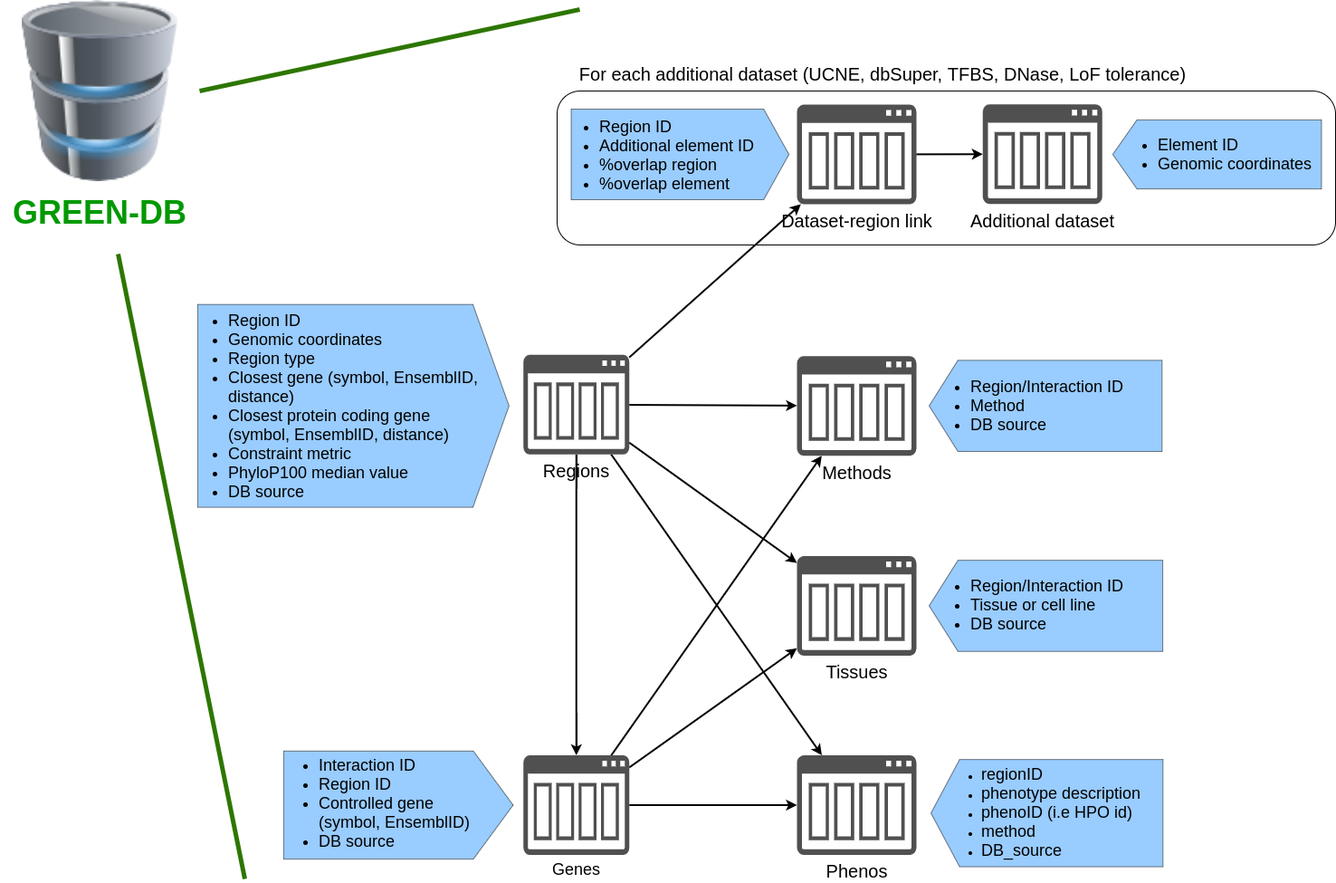
Above: docs/_build/html/_images/GREEN-DB_diagram.png in edg1983/GREEN-VARAN (draw.io), before the change. Source tidied: cells renumbered, new cells last; positions are measured from the earlier drawing's top-left corner, leaving out a move shared by most shapes. Source of this version:
```xml
<mxGraphModel>
  <root>
    <mxCell id="0" />
    <mxCell id="1" parent="0" />
    <mxCell id="2" style="image;html=1;image=img/lib/clip_art/computers/Database_128x128.png;" parent="1" vertex="1">
      <mxGeometry x="5" width="210" height="200" as="geometry" />
    </mxCell>
    <mxCell id="3" value="&lt;font style=&quot;font-size: 36px&quot; color=&quot;#009900&quot;&gt;&lt;b&gt;GREEN-DB&lt;/b&gt;&lt;/font&gt;" style="text;html=1;strokeColor=none;fillColor=none;align=center;verticalAlign=middle;whiteSpace=wrap;rounded=0;" parent="1" vertex="1">
      <mxGeometry y="217.5" width="220" height="32.8" as="geometry" />
    </mxCell>
    <mxCell id="4" style="edgeStyle=orthogonalEdgeStyle;rounded=0;jettySize=auto;html=1;curved=1;strokeWidth=2;" parent="1" edge="1" source="40" target="37">
      <mxGeometry relative="1" as="geometry" />
    </mxCell>
    <mxCell id="5" style="edgeStyle=orthogonalEdgeStyle;curved=1;rounded=0;jettySize=auto;html=1;strokeWidth=2;" parent="1" edge="1" source="37" target="14">
      <mxGeometry relative="1" as="geometry" />
    </mxCell>
    <mxCell id="6" style="edgeStyle=none;rounded=0;jettySize=auto;html=1;strokeWidth=2;" parent="1" edge="1" source="37" target="18">
      <mxGeometry relative="1" as="geometry" />
    </mxCell>
    <mxCell id="7" style="edgeStyle=none;rounded=0;jettySize=auto;html=1;strokeWidth=2;" parent="1" edge="1" source="37" target="22">
      <mxGeometry relative="1" as="geometry" />
    </mxCell>
    <mxCell id="8" style="edgeStyle=none;rounded=0;jettySize=auto;html=1;strokeWidth=2;" parent="1" edge="1" source="40" target="22">
      <mxGeometry relative="1" as="geometry" />
    </mxCell>
    <mxCell id="9" style="edgeStyle=none;rounded=0;jettySize=auto;html=1;strokeWidth=2;" parent="1" edge="1" source="40" target="18">
      <mxGeometry relative="1" as="geometry" />
    </mxCell>
    <mxCell id="10" style="edgeStyle=none;rounded=0;jettySize=auto;html=1;strokeWidth=2;" parent="1" edge="1" source="40" target="14">
      <mxGeometry relative="1" as="geometry" />
    </mxCell>
    <mxCell id="11" style="group;" parent="1" vertex="1">
      <mxGeometry x="880" y="833.5" width="404.4" height="123.1" as="geometry" />
    </mxCell>
    <mxCell id="12" style="group;" parent="11" vertex="1">
      <mxGeometry width="404.4" height="123.1" as="geometry" />
    </mxCell>
    <mxCell id="13" style="group;" parent="12" vertex="1">
      <mxGeometry width="404.4" height="123.1" as="geometry" />
    </mxCell>
    <mxCell id="14" value="&lt;font style=&quot;font-size: 20px&quot;&gt;Phenos&lt;/font&gt;" style="shadow=0;dashed=0;html=1;strokeColor=none;fillColor=#505050;labelPosition=center;verticalLabelPosition=bottom;verticalAlign=top;outlineConnect=0;align=center;shape=mxgraph.office.concepts.content_type;" parent="13" vertex="1">
      <mxGeometry width="132" height="110" as="geometry" />
    </mxCell>
    <mxCell id="15" style="verticalLabelPosition=bottom;verticalAlign=top;html=1;shape=offPageConnector;rounded=0;size=0.1234643445516593;fillColor=#3399FF;rotation=90;opacity=50;" parent="13" vertex="1">
      <mxGeometry x="217" y="-64.3" width="118.4" height="256.4" as="geometry" />
    </mxCell>
    <mxCell id="16" value="&lt;ul&gt;&lt;li&gt;&lt;span style=&quot;font-size: 18px&quot;&gt;regionID&lt;/span&gt;&lt;/li&gt;&lt;li&gt;&lt;span style=&quot;font-size: 18px&quot;&gt;phenotype description&lt;/span&gt;&lt;/li&gt;&lt;li&gt;&lt;span style=&quot;font-size: 18px&quot;&gt;phenoID (i.e HPO id)&lt;/span&gt;&lt;/li&gt;&lt;li&gt;&lt;span style=&quot;font-size: 18px&quot;&gt;method&lt;/span&gt;&lt;/li&gt;&lt;li&gt;&lt;span style=&quot;font-size: 18px&quot;&gt;DB_source&lt;/span&gt;&lt;br&gt;&lt;/li&gt;&lt;/ul&gt;" style="text;html=1;strokeColor=none;fillColor=none;align=left;verticalAlign=middle;whiteSpace=wrap;rounded=0;" parent="13" vertex="1">
      <mxGeometry x="162" y="5.8" width="240" height="115" as="geometry" />
    </mxCell>
    <mxCell id="17" style="group;" parent="1" vertex="1">
      <mxGeometry x="880" y="613.5" width="404.1" height="110" as="geometry" />
    </mxCell>
    <mxCell id="18" value="&lt;font style=&quot;font-size: 20px&quot;&gt;Tissues&lt;/font&gt;" style="shadow=0;dashed=0;html=1;strokeColor=none;fillColor=#505050;labelPosition=center;verticalLabelPosition=bottom;verticalAlign=top;outlineConnect=0;align=center;shape=mxgraph.office.concepts.content_type;" parent="17" vertex="1">
      <mxGeometry width="132" height="110" as="geometry" />
    </mxCell>
    <mxCell id="19" style="verticalLabelPosition=bottom;verticalAlign=top;html=1;shape=offPageConnector;rounded=0;size=0.1234643445516593;fillColor=#3399FF;rotation=90;opacity=50;" parent="17" vertex="1">
      <mxGeometry x="224.7" y="-74.1" width="100.7" height="258.1" as="geometry" />
    </mxCell>
    <mxCell id="20" value="&lt;ul style=&quot;font-size: 18px&quot;&gt;&lt;li&gt;&lt;span&gt;Region/Interaction ID&lt;/span&gt;&lt;br&gt;&lt;/li&gt;&lt;li&gt;&lt;span&gt;Tissue or cell line&lt;/span&gt;&lt;/li&gt;&lt;li&gt;&lt;span&gt;DB source&lt;/span&gt;&lt;br&gt;&lt;/li&gt;&lt;/ul&gt;" style="text;html=1;strokeColor=none;fillColor=none;align=left;verticalAlign=middle;whiteSpace=wrap;rounded=0;" parent="17" vertex="1">
      <mxGeometry x="150" y="5" width="250" height="100" as="geometry" />
    </mxCell>
    <mxCell id="21" style="group;" parent="1" vertex="1">
      <mxGeometry x="880" y="392.7" width="403.3" height="110" as="geometry" />
    </mxCell>
    <mxCell id="22" value="&lt;font style=&quot;font-size: 20px&quot;&gt;Methods&lt;/font&gt;" style="shadow=0;dashed=0;html=1;strokeColor=none;fillColor=#505050;labelPosition=center;verticalLabelPosition=bottom;verticalAlign=top;outlineConnect=0;align=center;shape=mxgraph.office.concepts.content_type;" parent="21" vertex="1">
      <mxGeometry width="132" height="110" as="geometry" />
    </mxCell>
    <mxCell id="23" style="verticalLabelPosition=bottom;verticalAlign=top;html=1;shape=offPageConnector;rounded=0;size=0.1234643445516593;fillColor=#3399FF;rotation=90;opacity=50;" parent="21" vertex="1">
      <mxGeometry x="224.3" y="-73.7" width="100.7" height="257.3" as="geometry" />
    </mxCell>
    <mxCell id="24" value="&lt;ul style=&quot;font-size: 18px&quot;&gt;&lt;li&gt;&lt;span&gt;Region/Interaction ID&lt;/span&gt;&lt;br&gt;&lt;/li&gt;&lt;li&gt;&lt;span&gt;Method&lt;/span&gt;&lt;/li&gt;&lt;li&gt;&lt;span&gt;DB source&lt;/span&gt;&lt;br&gt;&lt;/li&gt;&lt;/ul&gt;" style="text;html=1;strokeColor=none;fillColor=none;align=left;verticalAlign=middle;whiteSpace=wrap;rounded=0;" parent="21" vertex="1">
      <mxGeometry x="150" y="5" width="250" height="100" as="geometry" />
    </mxCell>
    <mxCell id="25" value="&lt;font style=&quot;font-size: 20px&quot;&gt;For each additional dataset (UCNE, dbSuper, TFBS, DNase, LoF tolerance)&lt;/font&gt;" style="text;html=1;strokeColor=none;fillColor=none;align=center;verticalAlign=middle;whiteSpace=wrap;rounded=0;" parent="1" vertex="1">
      <mxGeometry x="620" y="65.7" width="710" height="30" as="geometry" />
    </mxCell>
    <mxCell id="26" style="group;" parent="1" vertex="1">
      <mxGeometry x="620" y="115" width="392" height="110" as="geometry" />
    </mxCell>
    <mxCell id="27" value="&lt;font style=&quot;font-size: 20px&quot;&gt;Dataset-region link&lt;/font&gt;" style="shadow=0;dashed=0;html=1;strokeColor=none;fillColor=#505050;labelPosition=center;verticalLabelPosition=bottom;verticalAlign=top;outlineConnect=0;align=center;shape=mxgraph.office.concepts.content_type;" parent="26" vertex="1">
      <mxGeometry x="260" width="132" height="110" as="geometry" />
    </mxCell>
    <mxCell id="28" style="verticalLabelPosition=bottom;verticalAlign=top;html=1;shape=offPageConnector;rounded=0;size=0.11604263292072357;fillColor=#3399FF;rotation=90;opacity=50;flipH=1;direction=west;" parent="26" vertex="1">
      <mxGeometry x="80.8" y="-65.3" width="100" height="240.6" as="geometry" />
    </mxCell>
    <mxCell id="29" value="&lt;ul style=&quot;font-size: 18px&quot;&gt;&lt;li&gt;Region ID&lt;/li&gt;&lt;li&gt;Additional element ID&lt;/li&gt;&lt;li&gt;%overlap region&lt;/li&gt;&lt;li&gt;%overlap element&lt;/li&gt;&lt;/ul&gt;" style="text;html=1;strokeColor=none;fillColor=none;align=left;verticalAlign=middle;whiteSpace=wrap;rounded=0;" parent="26" vertex="1">
      <mxGeometry y="5.5" width="226" height="100" as="geometry" />
    </mxCell>
    <mxCell id="30" style="rounded=1;whiteSpace=wrap;html=1;fillColor=none;" parent="1" vertex="1">
      <mxGeometry x="615" y="100" width="860" height="170" as="geometry" />
    </mxCell>
    <mxCell id="31" value="&lt;font style=&quot;font-size: 20px&quot;&gt;Additional dataset&lt;/font&gt;" style="shadow=0;dashed=0;html=1;strokeColor=none;fillColor=#505050;labelPosition=center;verticalLabelPosition=bottom;verticalAlign=top;outlineConnect=0;align=center;shape=mxgraph.office.concepts.content_type;" parent="1" vertex="1">
      <mxGeometry x="1085.3" y="114.7" width="132" height="110" as="geometry" />
    </mxCell>
    <mxCell id="32" style="verticalLabelPosition=bottom;verticalAlign=top;html=1;shape=offPageConnector;rounded=0;size=0.11604263292072357;fillColor=#3399FF;rotation=-90;opacity=50;flipH=1;direction=west;" parent="1" vertex="1">
      <mxGeometry x="1306" y="54.7" width="76.2" height="230.6" as="geometry" />
    </mxCell>
    <mxCell id="33" value="&lt;ul style=&quot;font-size: 18px&quot;&gt;&lt;li&gt;Element ID&lt;/li&gt;&lt;li&gt;Genomic coordinates&lt;/li&gt;&lt;/ul&gt;" style="text;html=1;strokeColor=none;fillColor=none;align=left;verticalAlign=middle;whiteSpace=wrap;rounded=0;" parent="1" vertex="1">
      <mxGeometry x="1237.3" y="132.4" width="216" height="74.5" as="geometry" />
    </mxCell>
    <mxCell id="34" style="edgeStyle=none;rounded=0;jettySize=auto;html=1;strokeWidth=2;" parent="1" edge="1" source="27" target="31">
      <mxGeometry relative="1" as="geometry" />
    </mxCell>
    <mxCell id="35" style="edgeStyle=none;rounded=0;jettySize=auto;html=1;strokeWidth=2;" parent="1" edge="1" source="40" target="27">
      <mxGeometry relative="1" as="geometry" />
    </mxCell>
    <mxCell id="36" style="edgeStyle=none;rounded=0;orthogonalLoop=1;jettySize=auto;html=1;exitX=0.5;exitY=0;exitDx=0;exitDy=0;" parent="1" edge="1" source="25" target="25">
      <mxGeometry relative="1" as="geometry" />
    </mxCell>
    <mxCell id="37" value="&lt;font style=&quot;font-size: 18px&quot;&gt;Genes&lt;/font&gt;" style="shadow=0;dashed=0;html=1;strokeColor=none;fillColor=#505050;labelPosition=center;verticalLabelPosition=bottom;verticalAlign=top;outlineConnect=0;align=center;shape=mxgraph.office.concepts.content_type;" parent="1" vertex="1">
      <mxGeometry x="577.8" y="833.5" width="116.9" height="110" as="geometry" />
    </mxCell>
    <mxCell id="38" style="verticalLabelPosition=bottom;verticalAlign=top;html=1;shape=offPageConnector;rounded=0;size=0.17327494378032932;fillColor=#3399FF;rotation=-90;opacity=50;" parent="1" vertex="1">
      <mxGeometry x="380" y="761.7" width="119.3" height="253.5" as="geometry" />
    </mxCell>
    <mxCell id="39" value="&lt;ul style=&quot;font-size: 18px&quot;&gt;&lt;li&gt;Interaction ID&lt;/li&gt;&lt;li&gt;Region ID&lt;/li&gt;&lt;li&gt;Controlled gene (symbol, EnsemblID)&lt;/li&gt;&lt;li&gt;DB source&lt;/li&gt;&lt;/ul&gt;" style="text;html=1;strokeColor=none;fillColor=none;align=left;verticalAlign=middle;whiteSpace=wrap;rounded=0;" parent="1" vertex="1">
      <mxGeometry x="310" y="831.3" width="220" height="110.5" as="geometry" />
    </mxCell>
    <mxCell id="40" value="&lt;font style=&quot;font-size: 20px&quot;&gt;Regions&lt;/font&gt;" style="shadow=0;dashed=0;html=1;strokeColor=none;fillColor=#505050;labelPosition=center;verticalLabelPosition=bottom;verticalAlign=top;outlineConnect=0;align=center;shape=mxgraph.office.concepts.content_type;" parent="1" vertex="1">
      <mxGeometry x="577.8" y="391.3" width="116.9" height="110" as="geometry" />
    </mxCell>
    <mxCell id="41" style="verticalLabelPosition=bottom;verticalAlign=top;html=1;shape=offPageConnector;rounded=0;size=0.11604263292072357;fillColor=#3399FF;rotation=90;opacity=50;flipH=1;direction=west;" parent="1" vertex="1">
      <mxGeometry x="277.9" y="275.7" width="224" height="343.9" as="geometry" />
    </mxCell>
    <mxCell id="42" value="&lt;ul style=&quot;font-size: 18px&quot;&gt;&lt;li&gt;Region ID&lt;/li&gt;&lt;li&gt;Genomic coordinates&lt;/li&gt;&lt;li&gt;Region type&lt;/li&gt;&lt;li&gt;Closest gene (symbol, EnsemblID, distance)&lt;/li&gt;&lt;li&gt;Closest protein coding gene (symbol, EnsemblID, distance)&lt;/li&gt;&lt;li&gt;Constraint metric&lt;/li&gt;&lt;li&gt;PhyloP100 median value&lt;/li&gt;&lt;li&gt;DB source&lt;/li&gt;&lt;/ul&gt;" style="text;html=1;strokeColor=none;fillColor=none;align=left;verticalAlign=middle;whiteSpace=wrap;rounded=0;" parent="1" vertex="1">
      <mxGeometry x="210" y="334" width="320" height="227.3" as="geometry" />
    </mxCell>
    <mxCell id="43" style="endArrow=none;html=1;strokeWidth=5;fillColor=#60a917;strokeColor=#2D7600;" parent="1" edge="1">
      <mxGeometry relative="1" as="geometry">
        <mxPoint x="130" y="280" as="sourcePoint" />
        <mxPoint x="270" y="970" as="targetPoint" />
      </mxGeometry>
    </mxCell>
    <mxCell id="44" style="endArrow=none;html=1;strokeWidth=5;fillColor=#60a917;strokeColor=#2D7600;" parent="1" edge="1">
      <mxGeometry relative="1" as="geometry">
        <mxPoint x="220" y="100" as="sourcePoint" />
        <mxPoint x="640" y="10" as="targetPoint" />
      </mxGeometry>
    </mxCell>
  </root>
</mxGraphModel>
```
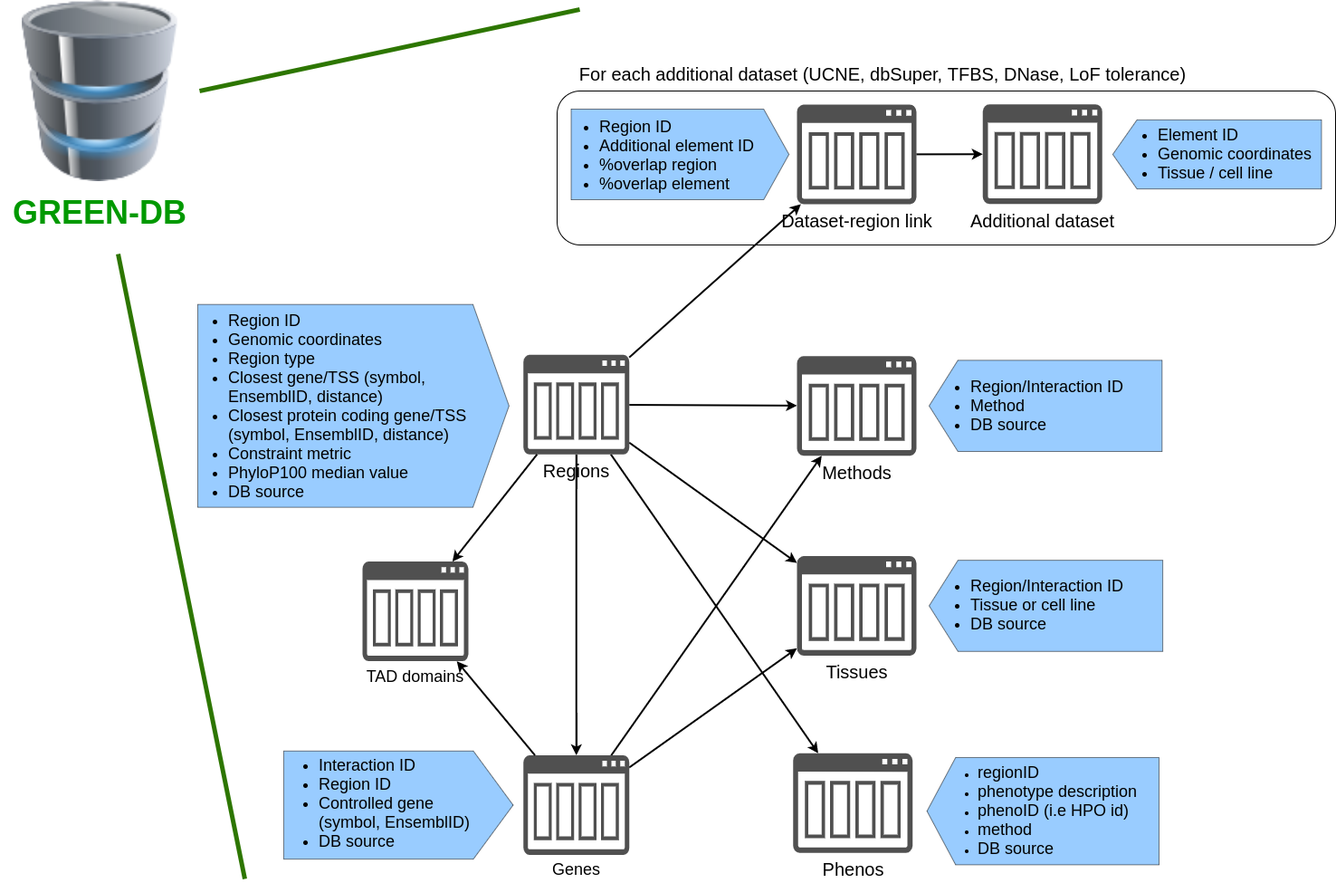
Later version of the same file.

The edit, as a diff of the source:
```diff
@@ -11,9 +11,6 @@
     <mxCell id="4" style="edgeStyle=orthogonalEdgeStyle;rounded=0;jettySize=auto;html=1;curved=1;strokeWidth=2;" parent="1" edge="1" source="40" target="37">
       <mxGeometry relative="1" as="geometry" />
     </mxCell>
-    <mxCell id="5" style="edgeStyle=orthogonalEdgeStyle;curved=1;rounded=0;jettySize=auto;html=1;strokeWidth=2;" parent="1" edge="1" source="37" target="14">
-      <mxGeometry relative="1" as="geometry" />
-    </mxCell>
     <mxCell id="6" style="edgeStyle=none;rounded=0;jettySize=auto;html=1;strokeWidth=2;" parent="1" edge="1" source="37" target="18">
       <mxGeometry relative="1" as="geometry" />
     </mxCell>
@@ -30,7 +27,7 @@
       <mxGeometry relative="1" as="geometry" />
     </mxCell>
     <mxCell id="11" style="group;" parent="1" vertex="1">
-      <mxGeometry x="880" y="833.5" width="404.4" height="123.1" as="geometry" />
+      <mxGeometry x="875.6" y="831.3" width="404.4" height="123.1" as="geometry" />
     </mxCell>
     <mxCell id="12" style="group;" parent="11" vertex="1">
       <mxGeometry width="404.4" height="123.1" as="geometry" />
@@ -44,7 +41,7 @@
     <mxCell id="15" style="verticalLabelPosition=bottom;verticalAlign=top;html=1;shape=offPageConnector;rounded=0;size=0.1234643445516593;fillColor=#3399FF;rotation=90;opacity=50;" parent="13" vertex="1">
       <mxGeometry x="217" y="-64.3" width="118.4" height="256.4" as="geometry" />
     </mxCell>
-    <mxCell id="16" value="&lt;ul&gt;&lt;li&gt;&lt;span style=&quot;font-size: 18px&quot;&gt;regionID&lt;/span&gt;&lt;/li&gt;&lt;li&gt;&lt;span style=&quot;font-size: 18px&quot;&gt;phenotype description&lt;/span&gt;&lt;/li&gt;&lt;li&gt;&lt;span style=&quot;font-size: 18px&quot;&gt;phenoID (i.e HPO id)&lt;/span&gt;&lt;/li&gt;&lt;li&gt;&lt;span style=&quot;font-size: 18px&quot;&gt;method&lt;/span&gt;&lt;/li&gt;&lt;li&gt;&lt;span style=&quot;font-size: 18px&quot;&gt;DB_source&lt;/span&gt;&lt;br&gt;&lt;/li&gt;&lt;/ul&gt;" style="text;html=1;strokeColor=none;fillColor=none;align=left;verticalAlign=middle;whiteSpace=wrap;rounded=0;" parent="13" vertex="1">
+    <mxCell id="16" value="&lt;ul&gt;&lt;li&gt;&lt;span style=&quot;font-size: 18px&quot;&gt;regionID&lt;/span&gt;&lt;/li&gt;&lt;li&gt;&lt;span style=&quot;font-size: 18px&quot;&gt;phenotype description&lt;/span&gt;&lt;/li&gt;&lt;li&gt;&lt;span style=&quot;font-size: 18px&quot;&gt;phenoID (i.e HPO id)&lt;/span&gt;&lt;/li&gt;&lt;li&gt;&lt;span style=&quot;font-size: 18px&quot;&gt;method&lt;/span&gt;&lt;/li&gt;&lt;li&gt;&lt;span style=&quot;font-size: 18px&quot;&gt;DB source&lt;/span&gt;&lt;br&gt;&lt;/li&gt;&lt;/ul&gt;" style="text;html=1;strokeColor=none;fillColor=none;align=left;verticalAlign=middle;whiteSpace=wrap;rounded=0;" parent="13" vertex="1">
       <mxGeometry x="162" y="5.8" width="240" height="115" as="geometry" />
     </mxCell>
     <mxCell id="17" style="group;" parent="1" vertex="1">
@@ -95,7 +92,7 @@
     <mxCell id="32" style="verticalLabelPosition=bottom;verticalAlign=top;html=1;shape=offPageConnector;rounded=0;size=0.11604263292072357;fillColor=#3399FF;rotation=-90;opacity=50;flipH=1;direction=west;" parent="1" vertex="1">
       <mxGeometry x="1306" y="54.7" width="76.2" height="230.6" as="geometry" />
     </mxCell>
-    <mxCell id="33" value="&lt;ul style=&quot;font-size: 18px&quot;&gt;&lt;li&gt;Element ID&lt;/li&gt;&lt;li&gt;Genomic coordinates&lt;/li&gt;&lt;/ul&gt;" style="text;html=1;strokeColor=none;fillColor=none;align=left;verticalAlign=middle;whiteSpace=wrap;rounded=0;" parent="1" vertex="1">
+    <mxCell id="33" value="&lt;ul style=&quot;font-size: 18px&quot;&gt;&lt;li&gt;Element ID&lt;/li&gt;&lt;li&gt;Genomic coordinates&lt;/li&gt;&lt;li&gt;Tissue / cell line&lt;/li&gt;&lt;/ul&gt;" style="text;html=1;strokeColor=none;fillColor=none;align=left;verticalAlign=middle;whiteSpace=wrap;rounded=0;" parent="1" vertex="1">
       <mxGeometry x="1237.3" y="132.4" width="216" height="74.5" as="geometry" />
     </mxCell>
     <mxCell id="34" style="edgeStyle=none;rounded=0;jettySize=auto;html=1;strokeWidth=2;" parent="1" edge="1" source="27" target="31">
@@ -122,7 +119,7 @@
     <mxCell id="41" style="verticalLabelPosition=bottom;verticalAlign=top;html=1;shape=offPageConnector;rounded=0;size=0.11604263292072357;fillColor=#3399FF;rotation=90;opacity=50;flipH=1;direction=west;" parent="1" vertex="1">
       <mxGeometry x="277.9" y="275.7" width="224" height="343.9" as="geometry" />
     </mxCell>
-    <mxCell id="42" value="&lt;ul style=&quot;font-size: 18px&quot;&gt;&lt;li&gt;Region ID&lt;/li&gt;&lt;li&gt;Genomic coordinates&lt;/li&gt;&lt;li&gt;Region type&lt;/li&gt;&lt;li&gt;Closest gene (symbol, EnsemblID, distance)&lt;/li&gt;&lt;li&gt;Closest protein coding gene (symbol, EnsemblID, distance)&lt;/li&gt;&lt;li&gt;Constraint metric&lt;/li&gt;&lt;li&gt;PhyloP100 median value&lt;/li&gt;&lt;li&gt;DB source&lt;/li&gt;&lt;/ul&gt;" style="text;html=1;strokeColor=none;fillColor=none;align=left;verticalAlign=middle;whiteSpace=wrap;rounded=0;" parent="1" vertex="1">
+    <mxCell id="42" value="&lt;ul style=&quot;font-size: 18px&quot;&gt;&lt;li&gt;Region ID&lt;/li&gt;&lt;li&gt;Genomic coordinates&lt;/li&gt;&lt;li&gt;Region type&lt;/li&gt;&lt;li&gt;Closest gene/TSS (symbol, EnsemblID, distance)&lt;/li&gt;&lt;li&gt;Closest protein coding gene/TSS (symbol, EnsemblID, distance)&lt;/li&gt;&lt;li&gt;Constraint metric&lt;/li&gt;&lt;li&gt;PhyloP100 median value&lt;/li&gt;&lt;li&gt;DB source&lt;/li&gt;&lt;/ul&gt;" style="text;html=1;strokeColor=none;fillColor=none;align=left;verticalAlign=middle;whiteSpace=wrap;rounded=0;" parent="1" vertex="1">
       <mxGeometry x="210" y="334" width="320" height="227.3" as="geometry" />
     </mxCell>
     <mxCell id="43" style="endArrow=none;html=1;strokeWidth=5;fillColor=#60a917;strokeColor=#2D7600;" parent="1" edge="1">
@@ -137,5 +134,16 @@
         <mxPoint x="640" y="10" as="targetPoint" />
       </mxGeometry>
     </mxCell>
+    <mxCell id="45" value="&lt;font style=&quot;font-size: 18px&quot;&gt;TAD domains&lt;/font&gt;" style="shadow=0;dashed=0;html=1;strokeColor=none;fillColor=#505050;labelPosition=center;verticalLabelPosition=bottom;verticalAlign=top;outlineConnect=0;align=center;shape=mxgraph.office.concepts.content_type;" parent="1" vertex="1">
+      <mxGeometry x="400" y="619.6" width="116.9" height="110" as="geometry" />
+    </mxCell>
+    <mxCell id="46" style="edgeStyle=none;rounded=0;jettySize=auto;html=1;strokeWidth=2;startArrow=classic;startFill=1;endArrow=none;endFill=0;" parent="1" edge="1" target="40">
+      <mxGeometry relative="1" as="geometry">
+        <mxPoint x="499.3" y="619.6" as="sourcePoint" />
+      </mxGeometry>
+    </mxCell>
+    <mxCell id="47" style="edgeStyle=none;rounded=0;jettySize=auto;html=1;strokeWidth=2;startArrow=classic;startFill=1;endArrow=none;endFill=0;" parent="1" edge="1" source="45" target="37">
+      <mxGeometry relative="1" as="geometry" />
+    </mxCell>
   </root>
 </mxGraphModel>
```
